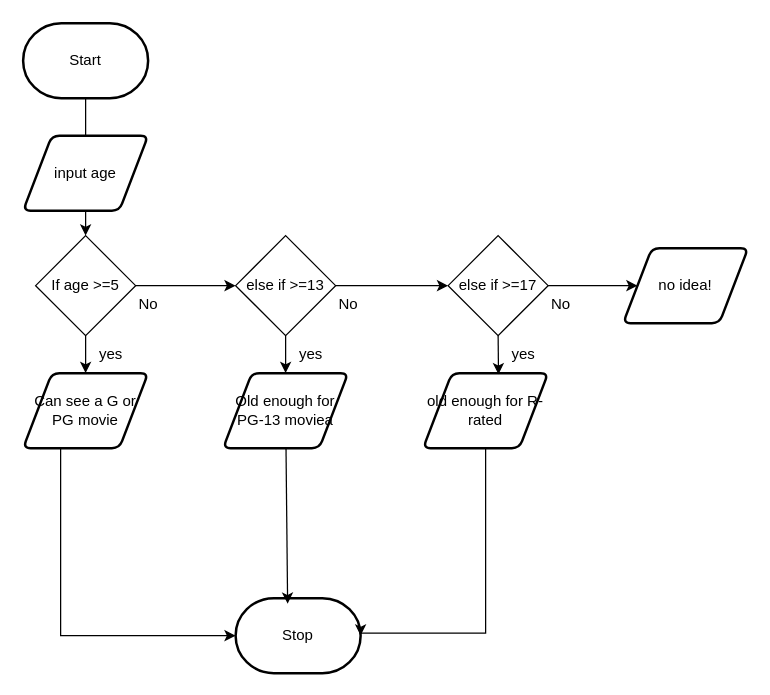
Above: design/flowchart.drawio in MTHS-ICD2O-1-2024/ICD2O-Unit-5-03-Joyce-Nkengbeza (draw.io), before the change. Source tidied: cells renumbered, new cells numbered last; positions are measured from the earlier drawing's top-left corner, leaving out a move shared by most shapes. Both pictures are drawn from the tidied source at 125%, with x=0, y=0 at pixel (22, 22).
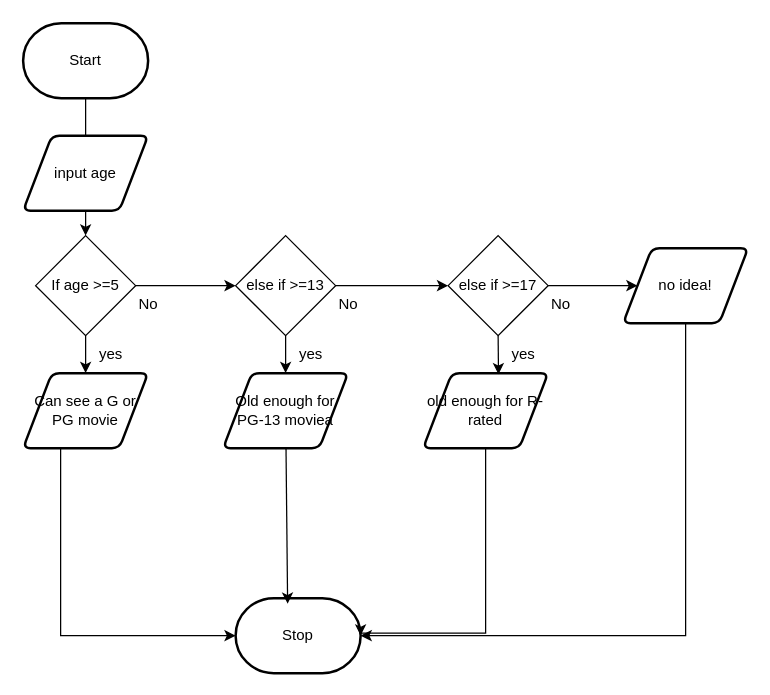
Above is the later version.

Unchanged cells that the change refers to:
```xml
<mxCell id="3" value="Stop" style="strokeWidth=2;html=1;shape=mxgraph.flowchart.terminator;whiteSpace=wrap;" parent="1" vertex="1">
  <mxGeometry x="170" y="460" width="100" height="60" as="geometry" />
</mxCell>
<mxCell id="16" value="no idea!" style="shape=parallelogram;html=1;strokeWidth=2;perimeter=parallelogramPerimeter;whiteSpace=wrap;rounded=1;arcSize=12;size=0.23;" parent="1" vertex="1">
  <mxGeometry x="480" y="180" width="100" height="60" as="geometry" />
</mxCell>
```

Diff of the diagram source:
```diff
@@
+    <mxCell id="28" style="edgeStyle=elbowEdgeStyle;html=1;elbow=vertical;rounded=0;" parent="1" edge="1" source="16" target="3">
+      <mxGeometry relative="1" as="geometry">
+        <Array as="points">
+          <mxPoint x="370" y="490" />
+        </Array>
+      </mxGeometry>
+    </mxCell>
```
